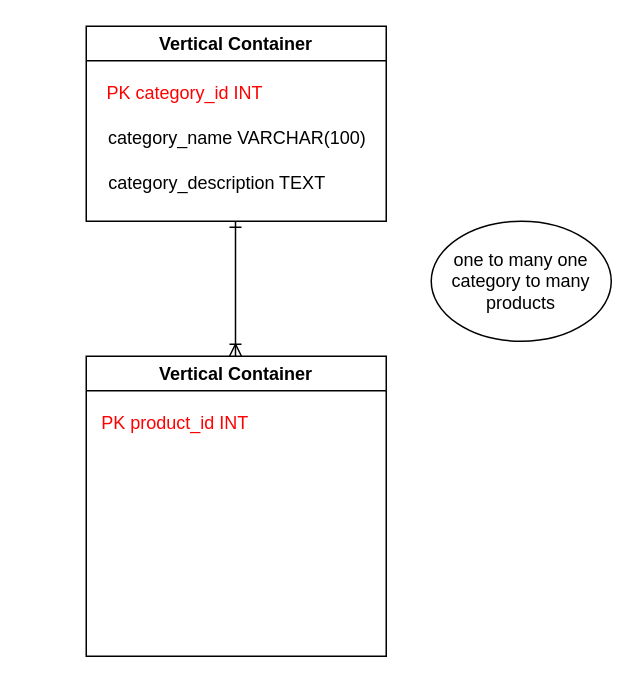
The draw.io diagram exercise123.drawio in angelikakasia/SQL, before the edit. Source tidied: cells renumbered, new cells numbered last; positions are measured from the earlier drawing's top-left corner, leaving out a move shared by most shapes. Both pictures are drawn from the tidied source at 150%, with x=0, y=0 at pixel (64, 26).
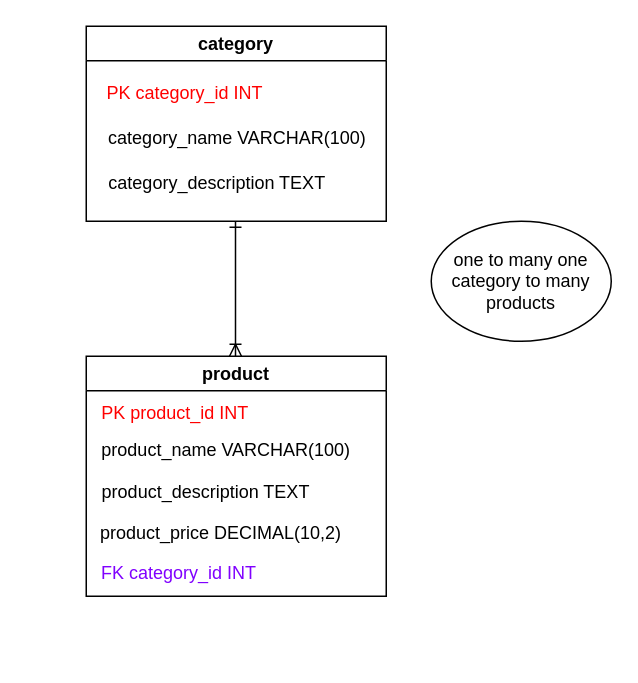
The same page after the edit.

Change to the diagram source:
```diff
@@
 <mxGraphModel>
   <root>
     <mxCell id="0" />
     <mxCell id="1" parent="0" />
-    <mxCell id="2" value="Vertical Container" style="swimlane;whiteSpace=wrap;html=1;" parent="1" vertex="1">
+    <mxCell id="2" value="category" style="swimlane;whiteSpace=wrap;html=1;" parent="1" vertex="1">
       <mxGeometry x="14" width="200" height="130" as="geometry" />
     </mxCell>
     <mxCell id="3" value="&lt;span style=&quot;color: light-dark(rgb(255, 0, 0), rgb(237, 237, 237));&quot;&gt;PK category_id INT&lt;/span&gt;" style="text;html=1;align=center;verticalAlign=middle;whiteSpace=wrap;rounded=0;" parent="2" vertex="1">
       <mxGeometry x="-14" y="30" width="160" height="30" as="geometry" />
     </mxCell>
     <mxCell id="4" value="category_name VARCHAR(100)" style="text;html=1;align=center;verticalAlign=middle;whiteSpace=wrap;rounded=0;" parent="2" vertex="1">
       <mxGeometry x="11" y="60" width="180" height="30" as="geometry" />
     </mxCell>
     <mxCell id="5" value="category_description TEXT" style="text;html=1;align=center;verticalAlign=middle;whiteSpace=wrap;rounded=0;" parent="2" vertex="1">
       <mxGeometry x="7" y="90" width="161" height="30" as="geometry" />
     </mxCell>
-    <mxCell id="6" value="Vertical Container" style="swimlane;whiteSpace=wrap;html=1;" parent="1" vertex="1">
-      <mxGeometry x="14" y="220" width="200" height="200" as="geometry" />
+    <mxCell id="6" value="product" style="swimlane;whiteSpace=wrap;html=1;" parent="1" vertex="1">
+      <mxGeometry x="14" y="220" width="200" height="160" as="geometry" />
     </mxCell>
     <mxCell id="7" value="&lt;span style=&quot;color: light-dark(rgb(255, 0, 0), rgb(237, 237, 237));&quot;&gt;PK product_id INT&lt;/span&gt;" style="text;html=1;align=center;verticalAlign=middle;whiteSpace=wrap;rounded=0;" parent="6" vertex="1">
-      <mxGeometry x="-10" y="30" width="139" height="30" as="geometry" />
+      <mxGeometry x="-10" y="23" width="139" height="30" as="geometry" />
     </mxCell>
+    <mxCell id="10" value="product_name VARCHAR(100)" style="text;html=1;align=center;verticalAlign=middle;whiteSpace=wrap;rounded=0;" parent="6" vertex="1">
+      <mxGeometry x="-40" y="48" width="267" height="30" as="geometry" />
+    </mxCell>
+    <mxCell id="11" value="product_description TEXT" style="text;html=1;align=center;verticalAlign=middle;whiteSpace=wrap;rounded=0;" parent="6" vertex="1">
+      <mxGeometry x="5" y="76" width="150" height="30" as="geometry" />
+    </mxCell>
+    <mxCell id="12" value="product_price DECIMAL(10,2)" style="text;html=1;align=center;verticalAlign=middle;whiteSpace=wrap;rounded=0;" parent="6" vertex="1">
+      <mxGeometry y="103" width="180" height="30" as="geometry" />
+    </mxCell>
+    <mxCell id="13" value="&lt;span style=&quot;color: light-dark(rgb(128, 0, 255), rgb(237, 237, 237));&quot;&gt;FK category_id INT&lt;/span&gt;" style="text;html=1;align=center;verticalAlign=middle;whiteSpace=wrap;rounded=0;" parent="6" vertex="1">
+      <mxGeometry x="-13" y="130" width="150" height="30" as="geometry" />
+    </mxCell>
     <mxCell id="8" style="endArrow=ERoneToMany;html=1;rounded=0;startArrow=ERone;startFill=0;endFill=0;" parent="1" edge="1">
       <mxGeometry relative="1" as="geometry">
         <mxPoint x="113.5" y="130" as="sourcePoint" />
         <mxPoint x="113.5" y="220" as="targetPoint" />
       </mxGeometry>
     </mxCell>
     <mxCell id="9" value="one to many one category to many products" style="ellipse;whiteSpace=wrap;html=1;" parent="1" vertex="1">
       <mxGeometry x="244" y="130" width="120" height="80" as="geometry" />
     </mxCell>
   </root>
 </mxGraphModel>
```
